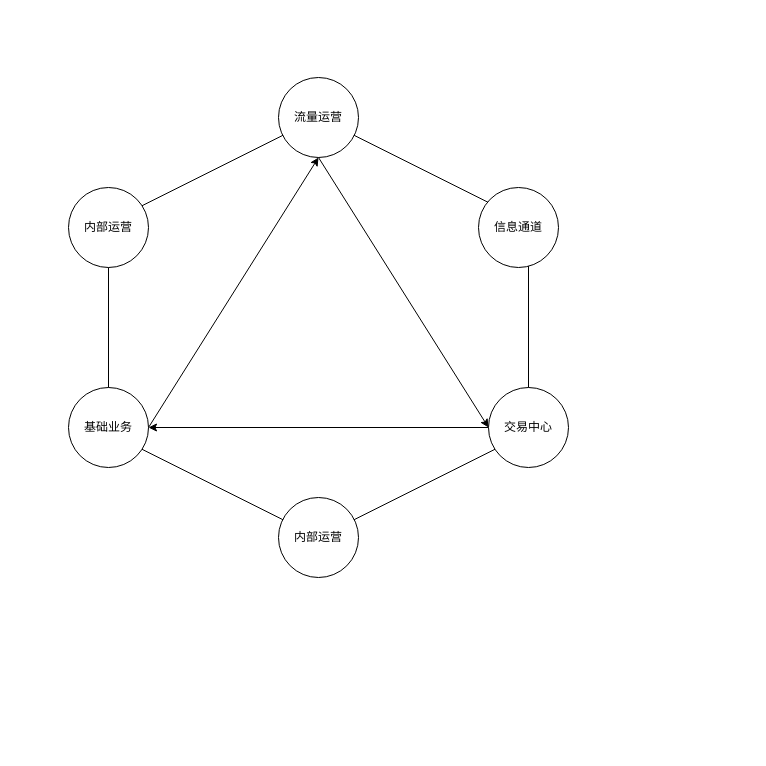
This is 业务系统.drawio from NonePro/UML, a draw.io file, before an edit. Source tidied: cells renumbered, new cells numbered last; positions are measured from the earlier drawing's top-left corner, leaving out a move shared by most shapes. Both pictures are drawn from the tidied source at 100%, with x=0, y=0 at pixel (68, 77).
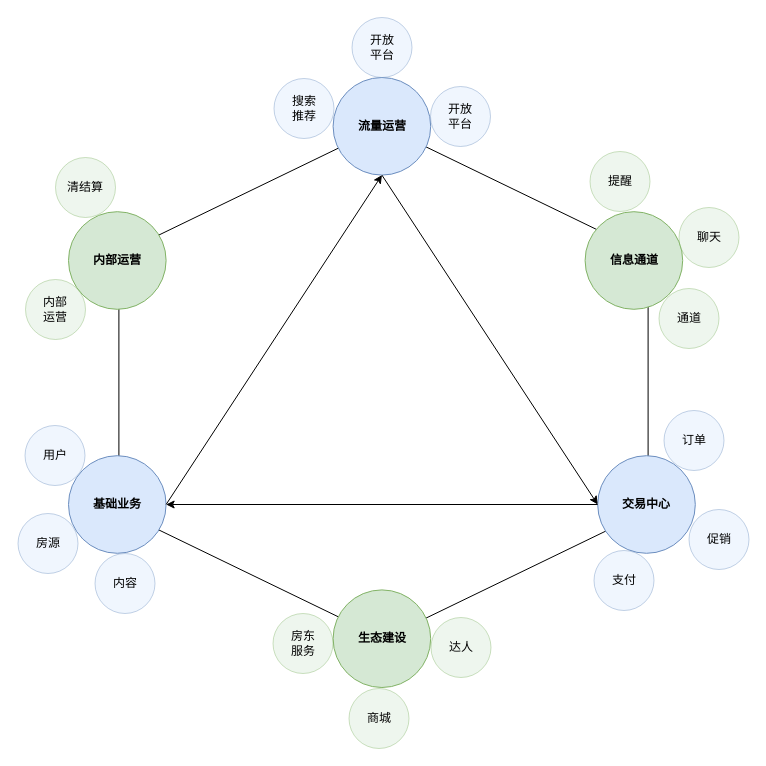
Above is the later version.

Change to the diagram source:
```diff
@@
     <mxCell id="2" style="shape=hexagon;perimeter=hexagonPerimeter2;whiteSpace=wrap;html=1;direction=north;" parent="1" vertex="1">
-      <mxGeometry x="40" y="40" width="420" height="420" as="geometry" />
+      <mxGeometry x="50.4" y="48.8" width="529.2" height="512.4" as="geometry" />
     </mxCell>
-    <mxCell id="3" value="内部运营" style="ellipse;whiteSpace=wrap;html=1;" parent="1" vertex="1">
-      <mxGeometry y="110" width="80" height="80" as="geometry" />
-    </mxCell>
-    <mxCell id="4" value="流量运营" style="ellipse;whiteSpace=wrap;html=1;" parent="1" vertex="1">
-      <mxGeometry x="210" width="80" height="80" as="geometry" />
+    <mxCell id="4" value="&lt;b&gt;流量运营&lt;/b&gt;" style="ellipse;whiteSpace=wrap;html=1;fillColor=#dae8fc;strokeColor=#6c8ebf;" parent="1" vertex="1">
+      <mxGeometry x="264.6" width="97.6" height="97.6" as="geometry" />
     </mxCell>
-    <mxCell id="5" value="信息通道" style="ellipse;whiteSpace=wrap;html=1;" parent="1" vertex="1">
-      <mxGeometry x="410" y="110" width="80" height="80" as="geometry" />
-    </mxCell>
-    <mxCell id="6" value="基础业务" style="ellipse;whiteSpace=wrap;html=1;" parent="1" vertex="1">
-      <mxGeometry y="310" width="80" height="80" as="geometry" />
+    <mxCell id="6" value="&lt;b&gt;基础业务&lt;/b&gt;" style="ellipse;whiteSpace=wrap;html=1;fillColor=#dae8fc;strokeColor=#6c8ebf;" parent="1" vertex="1">
+      <mxGeometry y="378.2" width="97.6" height="97.6" as="geometry" />
     </mxCell>
-    <mxCell id="7" value="内部运营" style="ellipse;whiteSpace=wrap;html=1;" parent="1" vertex="1">
-      <mxGeometry x="210" y="420" width="80" height="80" as="geometry" />
-    </mxCell>
-    <mxCell id="8" value="交易中心" style="ellipse;whiteSpace=wrap;html=1;" parent="1" vertex="1">
-      <mxGeometry x="420" y="310" width="80" height="80" as="geometry" />
+    <mxCell id="8" value="&lt;b&gt;交易中心&lt;/b&gt;" style="ellipse;whiteSpace=wrap;html=1;fillColor=#dae8fc;strokeColor=#6c8ebf;" parent="1" vertex="1">
+      <mxGeometry x="529.2" y="378.2" width="97.6" height="97.6" as="geometry" />
     </mxCell>
@@
+    <mxCell id="12" parent="0" />
+    <mxCell id="13" value="&lt;b&gt;内部运营&lt;/b&gt;" style="ellipse;whiteSpace=wrap;html=1;fillColor=#d5e8d4;strokeColor=#82b366;" parent="12" vertex="1">
+      <mxGeometry y="134.2" width="97.6" height="97.6" as="geometry" />
+    </mxCell>
+    <mxCell id="5" value="&lt;b&gt;信息通道&lt;/b&gt;" style="ellipse;whiteSpace=wrap;html=1;fillColor=#d5e8d4;strokeColor=#82b366;" parent="12" vertex="1">
+      <mxGeometry x="516.6" y="134.2" width="97.6" height="97.6" as="geometry" />
+    </mxCell>
+    <mxCell id="14" value="&lt;b&gt;生态建设&lt;/b&gt;" style="ellipse;whiteSpace=wrap;html=1;fillColor=#d5e8d4;strokeColor=#82b366;" parent="12" vertex="1">
+      <mxGeometry x="264.6" y="512.4" width="97.6" height="97.6" as="geometry" />
+    </mxCell>
+    <mxCell id="15" parent="0" />
+    <mxCell id="16" parent="0" />
+    <mxCell id="17" value="清结算" style="ellipse;whiteSpace=wrap;html=1;fillColor=#d5e8d4;strokeColor=#82b366;opacity=40;" parent="16" vertex="1">
+      <mxGeometry x="-13" y="80" width="60" height="60" as="geometry" />
+    </mxCell>
+    <mxCell id="18" value="内部&lt;br&gt;运营" style="ellipse;whiteSpace=wrap;html=1;fillColor=#d5e8d4;strokeColor=#82b366;opacity=40;" parent="16" vertex="1">
+      <mxGeometry x="-43" y="202" width="60" height="60" as="geometry" />
+    </mxCell>
+    <mxCell id="19" value="开放&lt;br&gt;平台" style="ellipse;whiteSpace=wrap;html=1;fillColor=#dae8fc;strokeColor=#6c8ebf;opacity=40;" parent="16" vertex="1">
+      <mxGeometry x="283.5" y="-60" width="60" height="60" as="geometry" />
+    </mxCell>
+    <mxCell id="20" value="房源" style="ellipse;whiteSpace=wrap;html=1;fillColor=#dae8fc;strokeColor=#6c8ebf;opacity=40;" parent="16" vertex="1">
+      <mxGeometry x="-50.5" y="436" width="60" height="60" as="geometry" />
+    </mxCell>
+    <mxCell id="21" value="内容" style="ellipse;whiteSpace=wrap;html=1;fillColor=#dae8fc;strokeColor=#6c8ebf;opacity=40;" parent="16" vertex="1">
+      <mxGeometry x="26.5" y="476" width="60" height="60" as="geometry" />
+    </mxCell>
+    <mxCell id="22" value="商城" style="ellipse;whiteSpace=wrap;html=1;fillColor=#d5e8d4;strokeColor=#82b366;opacity=40;" parent="16" vertex="1">
+      <mxGeometry x="280.5" y="611" width="60" height="60" as="geometry" />
+    </mxCell>
+    <mxCell id="23" value="达人" style="ellipse;whiteSpace=wrap;html=1;fillColor=#d5e8d4;strokeColor=#82b366;opacity=40;" parent="16" vertex="1">
+      <mxGeometry x="362.5" y="540" width="60" height="60" as="geometry" />
+    </mxCell>
+    <mxCell id="24" value="聊天" style="ellipse;whiteSpace=wrap;html=1;fillColor=#d5e8d4;strokeColor=#82b366;opacity=40;" parent="16" vertex="1">
+      <mxGeometry x="610.5" y="130" width="60" height="60" as="geometry" />
+    </mxCell>
+    <mxCell id="25" value="通道" style="ellipse;whiteSpace=wrap;html=1;fillColor=#d5e8d4;strokeColor=#82b366;opacity=40;" parent="16" vertex="1">
+      <mxGeometry x="590.5" y="211" width="60" height="60" as="geometry" />
+    </mxCell>
+    <mxCell id="26" value="订单" style="ellipse;whiteSpace=wrap;html=1;fillColor=#dae8fc;strokeColor=#6c8ebf;opacity=40;" parent="16" vertex="1">
+      <mxGeometry x="595.5" y="333" width="60" height="60" as="geometry" />
+    </mxCell>
+    <mxCell id="27" value="促销" style="ellipse;whiteSpace=wrap;html=1;fillColor=#dae8fc;strokeColor=#6c8ebf;opacity=40;" parent="16" vertex="1">
+      <mxGeometry x="620.5" y="432" width="60" height="60" as="geometry" />
+    </mxCell>
+    <mxCell id="28" value="支付" style="ellipse;whiteSpace=wrap;html=1;fillColor=#dae8fc;strokeColor=#6c8ebf;opacity=40;" parent="16" vertex="1">
+      <mxGeometry x="525.5" y="473" width="60" height="60" as="geometry" />
+    </mxCell>
+    <mxCell id="29" value="开放&lt;br&gt;平台" style="ellipse;whiteSpace=wrap;html=1;fillColor=#dae8fc;strokeColor=#6c8ebf;opacity=40;" parent="16" vertex="1">
+      <mxGeometry x="362" y="9" width="60" height="60" as="geometry" />
+    </mxCell>
+    <mxCell id="30" value="搜索&lt;br&gt;推荐" style="ellipse;whiteSpace=wrap;html=1;fillColor=#dae8fc;strokeColor=#6c8ebf;opacity=40;" parent="16" vertex="1">
+      <mxGeometry x="205.5" y="1" width="60" height="60" as="geometry" />
+    </mxCell>
+    <mxCell id="31" value="用户" style="ellipse;whiteSpace=wrap;html=1;fillColor=#dae8fc;strokeColor=#6c8ebf;opacity=40;" parent="16" vertex="1">
+      <mxGeometry x="-43.5" y="348" width="60" height="60" as="geometry" />
+    </mxCell>
+    <mxCell id="32" value="房东&lt;br&gt;服务" style="ellipse;whiteSpace=wrap;html=1;fillColor=#d5e8d4;strokeColor=#82b366;opacity=40;" parent="16" vertex="1">
+      <mxGeometry x="204.5" y="536" width="60" height="60" as="geometry" />
+    </mxCell>
+    <mxCell id="33" value="提醒" style="ellipse;whiteSpace=wrap;html=1;fillColor=#d5e8d4;strokeColor=#82b366;opacity=40;" parent="16" vertex="1">
+      <mxGeometry x="521.5" y="74" width="60" height="60" as="geometry" />
+    </mxCell>
```
